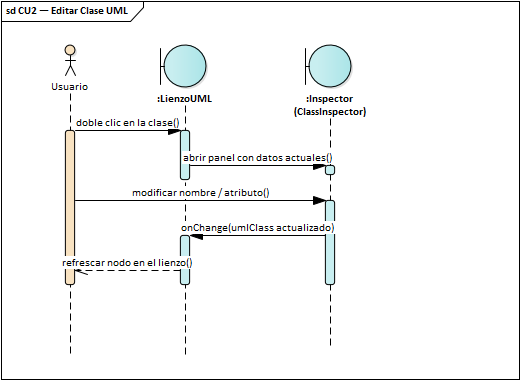
Above: docs/diagrams/ea/img/ciclo1/seq_cu2.png in luisfernandoAngulo28/generador_diagrama_clases_uml (PlantUML), before the change. Its source is kept beside it as docs/diagrams/1er_parcial/seq_cu2.plantuml.
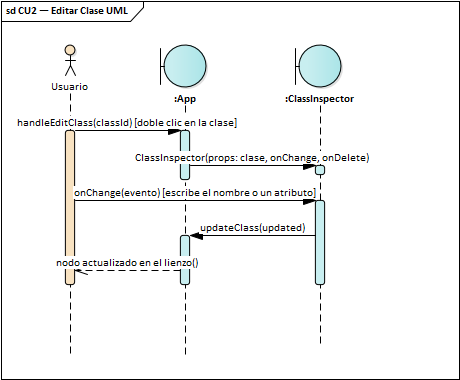
After the commit.

Change to the diagram source:
```diff
@@ -1,12 +1,12 @@
 @startuml seq_cu2
 !include ../2do_parcial/pud/_seq.iuml
-title CU2 — Editar Clase UML\n<size:11>Diagrama de Secuencia · UML 2.5.1 · Ciclo 1 (1er Parcial)</size>
-actor "Usuario" as U
-boundary ":LienzoUML" as L
-boundary ":Inspector (ClassInspector)" as I
-U -> L : doble clic en la clase
-L -> I : abrir panel con datos actuales
-U -> I : modificar nombre / atributo
-I -> L : onChange(umlClass actualizado)
-L --> U : refrescar nodo en el lienzo
+title CU2 — Editar Clase UML\n<size:11>Diagrama de Secuencia · UML 2.5.1 · Ciclo 1 · cada mensaje es una operación de la clase que lo recibe</size>
+actor Usuario as U
+boundary ":App" as A
+boundary ":ClassInspector" as I
+U -> A : handleEditClass(classId) [doble clic en la clase]
+A -> I : ClassInspector(props: clase, onChange, onDelete)
+U -> I : onChange(evento) [escribe el nombre o un atributo]
+I -> A : updateClass(updated)
+A --> U : nodo actualizado en el lienzo
 @enduml
```
